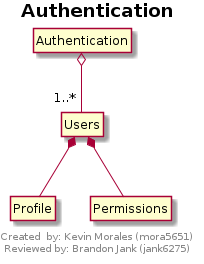
Before: Deliverables/Master Requirements Specification/diagrams/class-authentication.png, a diagram exported from PlantUML (uidaho/cs383). Source of this version:
```plantuml
@startuml
scale max 800*600
footer
Created  by: Kevin Morales (mora5651)
Reviewed by: Brandon Jank (jank6275)
endfooter
hide circles
hide members
title <b>Authentication</b>
Authentication  o-- "1..*" Users
Users *-- Profile
Users *-- Permissions
@enduml
```
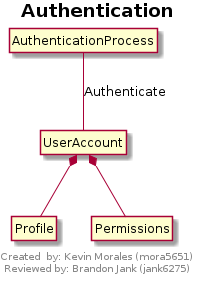
After the commit.

The edit, as a diff of the source:
```diff
@@ -1,5 +1,4 @@
 @startuml
-scale max 800*600
 footer
 Created  by: Kevin Morales (mora5651)
 Reviewed by: Brandon Jank (jank6275)
@@ -7,7 +6,7 @@
 hide circles
 hide members
 title <b>Authentication</b>
-Authentication  o-- "1..*" Users
-Users *-- Profile
-Users *-- Permissions
+AuthenticationProcess  --  UserAccount : Authenticate
+UserAccount *-- Profile
+UserAccount *-- Permissions
 @enduml
```
